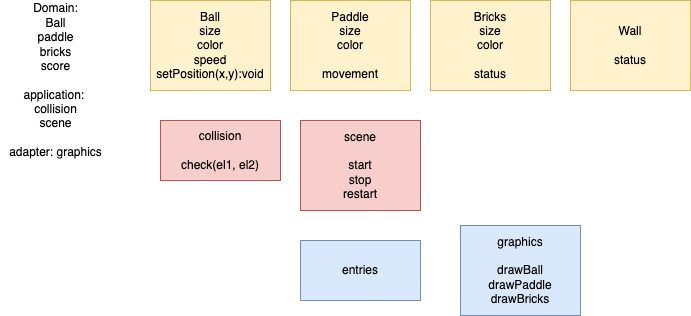
Above: doc.drawio.png in nialvi/breakoutjs (draw.io), before the change. Source tidied: cells renumbered, new cells last; positions are measured from the earlier drawing's top-left corner, leaving out a move shared by most shapes.
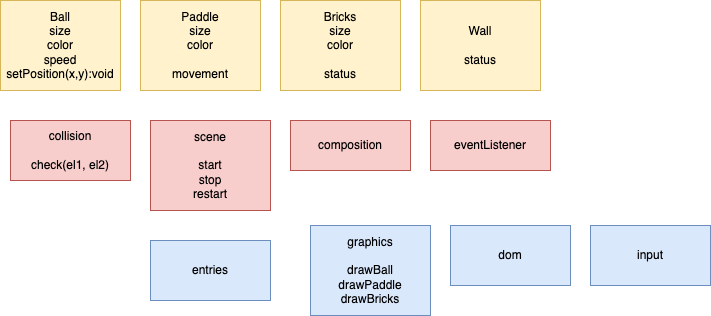
Above is the later version.

What changed in the source:
```diff
@@ -5,9 +5,6 @@
     <mxCell id="2" value="Paddle&lt;br&gt;size&lt;br&gt;color&lt;br&gt;&lt;br&gt;movement" style="whiteSpace=wrap;html=1;fillColor=#fff2cc;strokeColor=#d6b656;" parent="1" vertex="1">
       <mxGeometry x="290" width="120" height="90" as="geometry" />
     </mxCell>
-    <mxCell id="3" value="Domain:&lt;br&gt;Ball&lt;br&gt;paddle&lt;br&gt;bricks&lt;br&gt;score&lt;br&gt;&lt;br&gt;application: &lt;br&gt;collision&lt;br&gt;scene&lt;br&gt;&lt;br&gt;adapter: graphics" style="text;html=1;align=center;verticalAlign=middle;strokeColor=none;fillColor=none;" parent="1" vertex="1">
-      <mxGeometry width="110" height="160" as="geometry" />
-    </mxCell>
     <mxCell id="4" value="Ball&lt;br&gt;size&lt;br&gt;color&lt;br&gt;speed&lt;br&gt;setPosition(x,y):void" style="whiteSpace=wrap;html=1;fillColor=#fff2cc;strokeColor=#d6b656;" parent="1" vertex="1">
       <mxGeometry x="150" width="120" height="90" as="geometry" />
     </mxCell>
@@ -29,5 +26,17 @@
     <mxCell id="10" value="Wall&lt;br&gt;&lt;br&gt;status" style="whiteSpace=wrap;html=1;fillColor=#fff2cc;strokeColor=#d6b656;" parent="1" vertex="1">
       <mxGeometry x="570" width="120" height="90" as="geometry" />
     </mxCell>
+    <mxCell id="11" value="composition" style="whiteSpace=wrap;html=1;fillColor=#f8cecc;strokeColor=#b85450;" parent="1" vertex="1">
+      <mxGeometry x="440" y="120" width="120" height="50" as="geometry" />
+    </mxCell>
+    <mxCell id="12" value="dom" style="whiteSpace=wrap;html=1;fillColor=#dae8fc;strokeColor=#6c8ebf;" parent="1" vertex="1">
+      <mxGeometry x="600" y="225" width="120" height="60" as="geometry" />
+    </mxCell>
+    <mxCell id="13" value="eventListener" style="whiteSpace=wrap;html=1;fillColor=#f8cecc;strokeColor=#b85450;" parent="1" vertex="1">
+      <mxGeometry x="580" y="120" width="120" height="50" as="geometry" />
+    </mxCell>
+    <mxCell id="14" value="input" style="whiteSpace=wrap;html=1;fillColor=#dae8fc;strokeColor=#6c8ebf;" parent="1" vertex="1">
+      <mxGeometry x="740" y="225" width="120" height="60" as="geometry" />
+    </mxCell>
   </root>
 </mxGraphModel>
```
